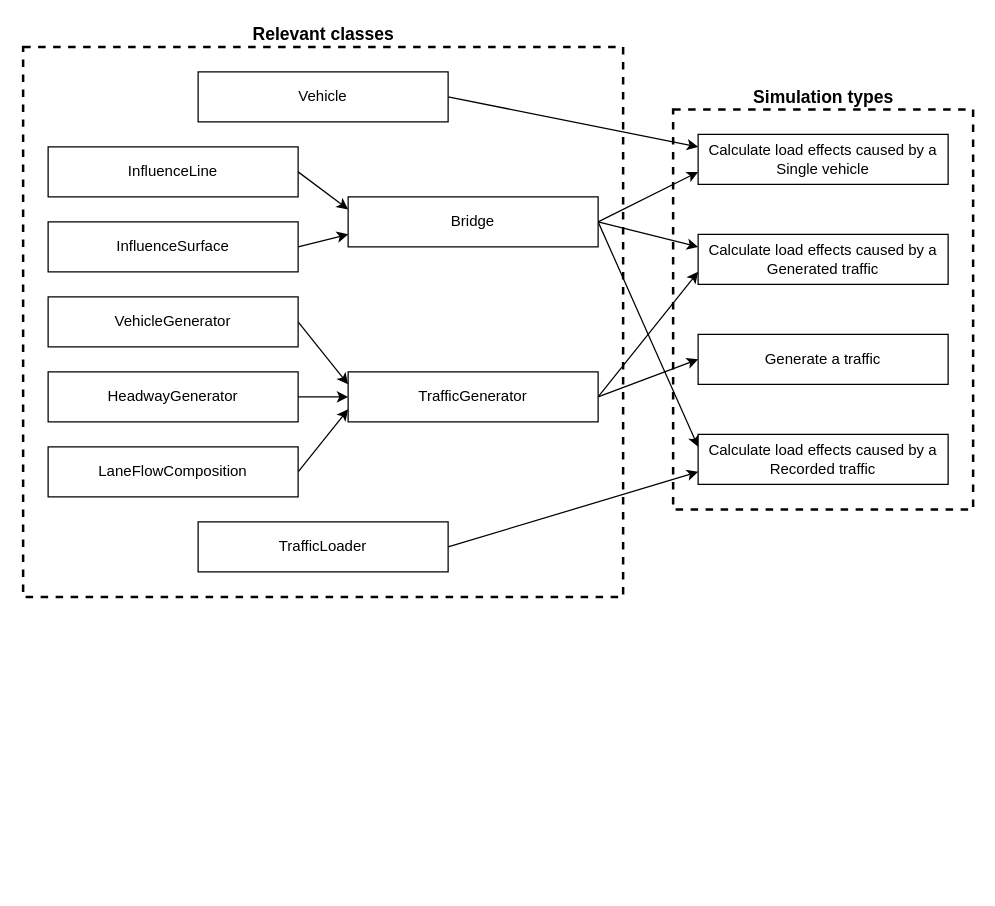
This is docs/source/images/Sim_recipe.drawio from ccaprani/btls, a draw.io file, before an edit. Source tidied: cells renumbered, new cells numbered last; positions are measured from the earlier drawing's top-left corner, leaving out a move shared by most shapes. Both pictures are drawn from the tidied source at 125%, with x=0, y=0 at pixel (22, 21).
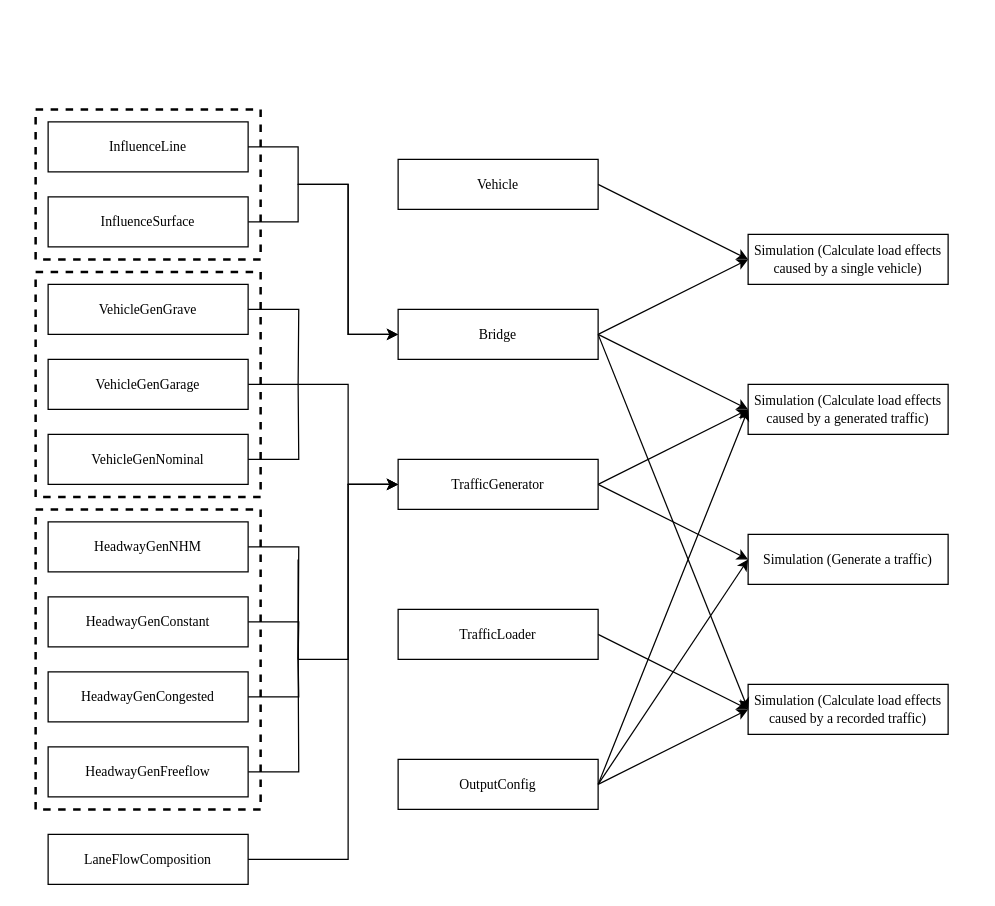
The same page after the edit.

Diff of the diagram source:
```diff
@@
-    <mxCell id="2" style="rounded=0;jettySize=auto;html=1;exitX=1;exitY=0.5;exitDx=0;exitDy=0;entryX=0;entryY=0.25;entryDx=0;entryDy=0;" parent="1" edge="1" source="3" target="7">
-      <mxGeometry relative="1" as="geometry" />
-    </mxCell>
-    <mxCell id="3" value="InfluenceLine" style="rounded=0;whiteSpace=wrap;html=1;" parent="1" vertex="1">
-      <mxGeometry x="20" y="100" width="200" height="40" as="geometry" />
+    <mxCell id="3" value="InfluenceLine" style="rounded=0;whiteSpace=wrap;html=1;fontFamily=Times New Roman;fontSize=11;" parent="1" vertex="1">
+      <mxGeometry x="20" y="80" width="160" height="40" as="geometry" />
     </mxCell>
-    <mxCell id="4" style="rounded=0;jettySize=auto;html=1;exitX=1;exitY=0.5;exitDx=0;exitDy=0;fontFamily=Times New Roman;entryX=0;entryY=0.75;entryDx=0;entryDy=0;" parent="1" edge="1" source="7" target="22">
-      <mxGeometry relative="1" as="geometry" />
-    </mxCell>
-    <mxCell id="5" style="rounded=0;jettySize=auto;html=1;exitX=1;exitY=0.5;exitDx=0;exitDy=0;entryX=0;entryY=0.25;entryDx=0;entryDy=0;fontFamily=Times New Roman;" parent="1" edge="1" source="7" target="20">
-      <mxGeometry relative="1" as="geometry" />
-    </mxCell>
-    <mxCell id="6" style="edgeStyle=none;rounded=0;jettySize=auto;html=1;exitX=1;exitY=0.5;exitDx=0;exitDy=0;entryX=0;entryY=0.25;entryDx=0;entryDy=0;fontFamily=Times New Roman;" parent="1" edge="1" source="7" target="19">
-      <mxGeometry relative="1" as="geometry" />
-    </mxCell>
+    <mxCell id="31" style="edgeStyle=orthogonalEdgeStyle;rounded=0;jettySize=auto;html=1;exitX=0;exitY=0.5;exitDx=0;exitDy=0;entryX=1;entryY=0.5;entryDx=0;entryDy=0;startArrow=classic;startFill=1;endArrow=none;endFill=0;fontFamily=Times New Roman;fontSize=11;" parent="1" edge="1" source="7" target="3">
+      <mxGeometry relative="1" as="geometry">
+        <Array as="points">
+          <mxPoint x="260" y="250" />
+          <mxPoint x="260" y="130" />
+          <mxPoint x="220" y="130" />
+          <mxPoint x="220" y="100" />
+        </Array>
+      </mxGeometry>
+    </mxCell>
+    <mxCell id="32" style="edgeStyle=orthogonalEdgeStyle;rounded=0;jettySize=auto;html=1;exitX=0;exitY=0.5;exitDx=0;exitDy=0;entryX=1;entryY=0.5;entryDx=0;entryDy=0;startArrow=classic;startFill=1;endArrow=none;endFill=0;fontFamily=Times New Roman;fontSize=11;" parent="1" edge="1" source="7" target="30">
+      <mxGeometry relative="1" as="geometry">
+        <Array as="points">
+          <mxPoint x="260" y="250" />
+          <mxPoint x="260" y="130" />
+          <mxPoint x="220" y="130" />
+          <mxPoint x="220" y="160" />
+        </Array>
+      </mxGeometry>
+    </mxCell>
-    <mxCell id="7" value="Bridge" style="rounded=0;whiteSpace=wrap;html=1;" parent="1" vertex="1">
-      <mxGeometry x="260" y="140" width="200" height="40" as="geometry" />
+    <mxCell id="7" value="Bridge" style="rounded=0;whiteSpace=wrap;html=1;fontFamily=Times New Roman;fontSize=11;" parent="1" vertex="1">
+      <mxGeometry x="300" y="230" width="160" height="40" as="geometry" />
     </mxCell>
-    <mxCell id="8" style="rounded=0;jettySize=auto;html=1;exitX=1;exitY=0.5;exitDx=0;exitDy=0;entryX=0;entryY=0.25;entryDx=0;entryDy=0;" parent="1" edge="1" source="9" target="14">
-      <mxGeometry relative="1" as="geometry" />
-    </mxCell>
+    <mxCell id="33" style="edgeStyle=orthogonalEdgeStyle;rounded=0;jettySize=auto;html=1;exitX=1;exitY=0.5;exitDx=0;exitDy=0;endArrow=none;endFill=0;fontFamily=Times New Roman;fontSize=11;" parent="1" edge="1" source="9">
+      <mxGeometry relative="1" as="geometry">
+        <mxPoint x="220" y="290" as="targetPoint" />
+      </mxGeometry>
+    </mxCell>
-    <mxCell id="9" value="VehicleGenerator" style="rounded=0;whiteSpace=wrap;html=1;" parent="1" vertex="1">
-      <mxGeometry x="20" y="220" width="200" height="40" as="geometry" />
+    <mxCell id="9" value="VehicleGenGrave" style="rounded=0;whiteSpace=wrap;html=1;fontFamily=Times New Roman;fontSize=11;" parent="1" vertex="1">
+      <mxGeometry x="20" y="210" width="160" height="40" as="geometry" />
     </mxCell>
-    <mxCell id="10" style="rounded=0;jettySize=auto;html=1;exitX=1;exitY=0.5;exitDx=0;exitDy=0;entryX=0;entryY=0.5;entryDx=0;entryDy=0;" parent="1" edge="1" source="11" target="14">
-      <mxGeometry relative="1" as="geometry" />
-    </mxCell>
+    <mxCell id="34" style="edgeStyle=orthogonalEdgeStyle;rounded=0;jettySize=auto;html=1;exitX=1;exitY=0.5;exitDx=0;exitDy=0;startArrow=none;startFill=0;endArrow=none;endFill=0;fontFamily=Times New Roman;fontSize=11;" parent="1" edge="1" source="11">
+      <mxGeometry relative="1" as="geometry">
+        <mxPoint x="220" y="510" as="targetPoint" />
+      </mxGeometry>
+    </mxCell>
-    <mxCell id="11" value="HeadwayGenerator" style="rounded=0;whiteSpace=wrap;html=1;" parent="1" vertex="1">
-      <mxGeometry x="20" y="280" width="200" height="40" as="geometry" />
+    <mxCell id="11" value="HeadwayGenNHM" style="rounded=0;whiteSpace=wrap;html=1;fontFamily=Times New Roman;fontSize=11;" parent="1" vertex="1">
+      <mxGeometry x="20" y="400" width="160" height="40" as="geometry" />
     </mxCell>
-    <mxCell id="12" style="edgeStyle=none;rounded=0;jettySize=auto;html=1;exitX=1;exitY=0.5;exitDx=0;exitDy=0;entryX=0;entryY=0.75;entryDx=0;entryDy=0;fontFamily=Times New Roman;" parent="1" edge="1" source="14" target="19">
-      <mxGeometry relative="1" as="geometry" />
-    </mxCell>
-    <mxCell id="13" style="edgeStyle=none;rounded=0;jettySize=auto;html=1;exitX=1;exitY=0.5;exitDx=0;exitDy=0;entryX=0;entryY=0.5;entryDx=0;entryDy=0;fontFamily=Times New Roman;" parent="1" edge="1" source="14" target="21">
-      <mxGeometry relative="1" as="geometry" />
-    </mxCell>
+    <mxCell id="35" style="edgeStyle=orthogonalEdgeStyle;rounded=0;jettySize=auto;html=1;exitX=0;exitY=0.5;exitDx=0;exitDy=0;entryX=1;entryY=0.5;entryDx=0;entryDy=0;startArrow=classic;startFill=1;endArrow=none;endFill=0;fontFamily=Times New Roman;fontSize=11;" parent="1" edge="1" source="14" target="24">
+      <mxGeometry relative="1" as="geometry">
+        <Array as="points">
+          <mxPoint x="260" y="370" />
+          <mxPoint x="260" y="670" />
+        </Array>
+      </mxGeometry>
+    </mxCell>
-    <mxCell id="14" value="TrafficGenerator" style="rounded=0;whiteSpace=wrap;html=1;" parent="1" vertex="1">
-      <mxGeometry x="260" y="280" width="200" height="40" as="geometry" />
+    <mxCell id="14" value="TrafficGenerator" style="rounded=0;whiteSpace=wrap;html=1;fontFamily=Times New Roman;fontSize=11;" parent="1" vertex="1">
+      <mxGeometry x="300" y="350" width="160" height="40" as="geometry" />
     </mxCell>
-    <mxCell id="15" style="rounded=0;jettySize=auto;html=1;exitX=1;exitY=0.5;exitDx=0;exitDy=0;entryX=0;entryY=0.25;entryDx=0;entryDy=0;fontFamily=Times New Roman;" parent="1" edge="1" source="16" target="22">
-      <mxGeometry relative="1" as="geometry" />
-    </mxCell>
-    <mxCell id="16" value="Vehicle" style="rounded=0;whiteSpace=wrap;html=1;" parent="1" vertex="1">
-      <mxGeometry x="140" y="40" width="200" height="40" as="geometry" />
+    <mxCell id="16" value="Vehicle" style="rounded=0;whiteSpace=wrap;html=1;fontFamily=Times New Roman;fontSize=11;" parent="1" vertex="1">
+      <mxGeometry x="300" y="110" width="160" height="40" as="geometry" />
     </mxCell>
-    <mxCell id="17" style="rounded=0;jettySize=auto;html=1;exitX=1;exitY=0.5;exitDx=0;exitDy=0;entryX=0;entryY=0.75;entryDx=0;entryDy=0;fontFamily=Times New Roman;" parent="1" edge="1" source="18" target="20">
-      <mxGeometry relative="1" as="geometry" />
-    </mxCell>
-    <mxCell id="18" value="TrafficLoader" style="rounded=0;whiteSpace=wrap;html=1;" parent="1" vertex="1">
-      <mxGeometry x="140" y="400" width="200" height="40" as="geometry" />
+    <mxCell id="18" value="TrafficLoader" style="rounded=0;whiteSpace=wrap;html=1;fontFamily=Times New Roman;fontSize=11;" parent="1" vertex="1">
+      <mxGeometry x="300" y="470" width="160" height="40" as="geometry" />
     </mxCell>
-    <mxCell id="19" value="Calculate load effects caused by a Generated traffic" style="rounded=0;whiteSpace=wrap;html=1;" parent="1" vertex="1">
-      <mxGeometry x="540" y="170" width="200" height="40" as="geometry" />
-    </mxCell>
-    <mxCell id="20" value="Calculate load effects caused by a Recorded traffic" style="rounded=0;whiteSpace=wrap;html=1;" parent="1" vertex="1">
-      <mxGeometry x="540" y="330" width="200" height="40" as="geometry" />
+    <mxCell id="20" value="Simulation (Calculate load effects caused by a recorded traffic)" style="rounded=0;whiteSpace=wrap;html=1;fontFamily=Times New Roman;fontSize=11;" parent="1" vertex="1">
+      <mxGeometry x="580" y="530" width="160" height="40" as="geometry" />
     </mxCell>
-    <mxCell id="21" value="Generate a traffic" style="rounded=0;whiteSpace=wrap;html=1;" parent="1" vertex="1">
-      <mxGeometry x="540" y="250" width="200" height="40" as="geometry" />
+    <mxCell id="21" value="Simulation (Generate a traffic)" style="rounded=0;whiteSpace=wrap;html=1;fontFamily=Times New Roman;fontSize=11;" parent="1" vertex="1">
+      <mxGeometry x="580" y="410" width="160" height="40" as="geometry" />
     </mxCell>
-    <mxCell id="22" value="Calculate load effects caused by a Single vehicle" style="rounded=0;whiteSpace=wrap;html=1;" parent="1" vertex="1">
-      <mxGeometry x="540" y="90" width="200" height="40" as="geometry" />
-    </mxCell>
-    <mxCell id="23" style="edgeStyle=none;rounded=0;jettySize=auto;html=1;exitX=1;exitY=0.5;exitDx=0;exitDy=0;entryX=0;entryY=0.75;entryDx=0;entryDy=0;fontFamily=Times New Roman;" parent="1" edge="1" source="24" target="14">
-      <mxGeometry relative="1" as="geometry" />
-    </mxCell>
-    <mxCell id="24" value="LaneFlowComposition" style="rounded=0;whiteSpace=wrap;html=1;" parent="1" vertex="1">
-      <mxGeometry x="20" y="340" width="200" height="40" as="geometry" />
+    <mxCell id="24" value="LaneFlowComposition" style="rounded=0;whiteSpace=wrap;html=1;fontFamily=Times New Roman;fontSize=11;" parent="1" vertex="1">
+      <mxGeometry x="20" y="650" width="160" height="40" as="geometry" />
     </mxCell>
-    <mxCell id="25" style="rounded=0;whiteSpace=wrap;html=1;fontFamily=Times New Roman;dashed=1;fillColor=none;strokeWidth=2;" parent="1" vertex="1">
-      <mxGeometry y="20" width="480" height="440" as="geometry" />
+    <mxCell id="25" style="rounded=0;whiteSpace=wrap;html=1;fontFamily=Times New Roman;dashed=1;fillColor=none;strokeWidth=2;fontSize=11;" parent="1" vertex="1">
+      <mxGeometry x="10" y="200" width="180" height="180" as="geometry" />
     </mxCell>
-    <mxCell id="26" style="rounded=0;whiteSpace=wrap;html=1;fontFamily=Times New Roman;dashed=1;fillColor=none;strokeWidth=2;" parent="1" vertex="1">
-      <mxGeometry x="520" y="70" width="240" height="320" as="geometry" />
-    </mxCell>
-    <mxCell id="27" value="Simulation types" style="text;html=1;align=center;verticalAlign=middle;strokeColor=none;fillColor=none;fontFamily=Helvetica;fontSize=14;fontStyle=1;" parent="1" vertex="1">
-      <mxGeometry x="575" y="50" width="130" height="20" as="geometry" />
-    </mxCell>
-    <mxCell id="28" value="Relevant classes" style="text;html=1;align=center;verticalAlign=middle;strokeColor=none;fillColor=none;fontFamily=Helvetica;fontSize=14;fontStyle=1;" parent="1" vertex="1">
-      <mxGeometry x="175" width="130" height="20" as="geometry" />
-    </mxCell>
-    <mxCell id="29" style="edgeStyle=none;html=1;exitX=1;exitY=0.5;exitDx=0;exitDy=0;entryX=0;entryY=0.75;entryDx=0;entryDy=0;" parent="1" edge="1" source="30" target="7">
-      <mxGeometry relative="1" as="geometry" />
-    </mxCell>
-    <mxCell id="30" value="InfluenceSurface" style="rounded=0;whiteSpace=wrap;html=1;" parent="1" vertex="1">
-      <mxGeometry x="20" y="160" width="200" height="40" as="geometry" />
+    <mxCell id="30" value="InfluenceSurface" style="rounded=0;whiteSpace=wrap;html=1;fontFamily=Times New Roman;fontSize=11;" parent="1" vertex="1">
+      <mxGeometry x="20" y="140" width="160" height="40" as="geometry" />
     </mxCell>
+    <mxCell id="36" value="Simulation (Calculate load effects caused by a single vehicle)" style="rounded=0;whiteSpace=wrap;html=1;fontFamily=Times New Roman;fontSize=11;" parent="1" vertex="1">
+      <mxGeometry x="580" y="170" width="160" height="40" as="geometry" />
+    </mxCell>
+    <mxCell id="37" value="OutputConfig" style="rounded=0;whiteSpace=wrap;html=1;fontFamily=Times New Roman;fontSize=11;" parent="1" vertex="1">
+      <mxGeometry x="300" y="590" width="160" height="40" as="geometry" />
+    </mxCell>
+    <mxCell id="38" style="edgeStyle=orthogonalEdgeStyle;rounded=0;jettySize=auto;html=1;exitX=1;exitY=0.5;exitDx=0;exitDy=0;startArrow=none;startFill=0;endArrow=none;endFill=0;fontFamily=Times New Roman;fontSize=11;" parent="1" edge="1" source="39">
+      <mxGeometry relative="1" as="geometry">
+        <mxPoint x="220" y="290" as="targetPoint" />
+      </mxGeometry>
+    </mxCell>
+    <mxCell id="39" value="VehicleGenGarage" style="rounded=0;whiteSpace=wrap;html=1;fontFamily=Times New Roman;fontSize=11;" parent="1" vertex="1">
+      <mxGeometry x="20" y="270" width="160" height="40" as="geometry" />
+    </mxCell>
+    <mxCell id="40" style="edgeStyle=orthogonalEdgeStyle;rounded=0;jettySize=auto;html=1;exitX=1;exitY=0.5;exitDx=0;exitDy=0;startArrow=none;startFill=0;endArrow=none;endFill=0;fontFamily=Times New Roman;fontSize=11;" parent="1" edge="1" source="41">
+      <mxGeometry relative="1" as="geometry">
+        <mxPoint x="220" y="290" as="targetPoint" />
+      </mxGeometry>
+    </mxCell>
+    <mxCell id="41" value="VehicleGenNominal" style="rounded=0;whiteSpace=wrap;html=1;fontFamily=Times New Roman;fontSize=11;" parent="1" vertex="1">
+      <mxGeometry x="20" y="330" width="160" height="40" as="geometry" />
+    </mxCell>
+    <mxCell id="42" style="edgeStyle=orthogonalEdgeStyle;rounded=0;jettySize=auto;html=1;exitX=1;exitY=0.5;exitDx=0;exitDy=0;startArrow=none;startFill=0;endArrow=none;endFill=0;fontFamily=Times New Roman;fontSize=11;" parent="1" edge="1" source="43">
+      <mxGeometry relative="1" as="geometry">
+        <mxPoint x="220" y="510" as="targetPoint" />
+      </mxGeometry>
+    </mxCell>
+    <mxCell id="43" value="HeadwayGenConstant" style="rounded=0;whiteSpace=wrap;html=1;fontFamily=Times New Roman;fontSize=11;" parent="1" vertex="1">
+      <mxGeometry x="20" y="460" width="160" height="40" as="geometry" />
+    </mxCell>
+    <mxCell id="44" style="edgeStyle=orthogonalEdgeStyle;rounded=0;jettySize=auto;html=1;exitX=1;exitY=0.5;exitDx=0;exitDy=0;startArrow=none;startFill=0;endArrow=none;endFill=0;fontFamily=Times New Roman;fontSize=11;" parent="1" edge="1" source="45">
+      <mxGeometry relative="1" as="geometry">
+        <mxPoint x="220" y="510" as="targetPoint" />
+      </mxGeometry>
+    </mxCell>
+    <mxCell id="45" value="HeadwayGenCongested" style="rounded=0;whiteSpace=wrap;html=1;fontFamily=Times New Roman;fontSize=11;" parent="1" vertex="1">
+      <mxGeometry x="20" y="520" width="160" height="40" as="geometry" />
+    </mxCell>
+    <mxCell id="46" style="edgeStyle=orthogonalEdgeStyle;rounded=0;jettySize=auto;html=1;exitX=1;exitY=0.5;exitDx=0;exitDy=0;startArrow=none;startFill=0;endArrow=none;endFill=0;fontFamily=Times New Roman;fontSize=11;" parent="1" edge="1" source="47">
+      <mxGeometry relative="1" as="geometry">
+        <mxPoint x="220" y="510" as="targetPoint" />
+      </mxGeometry>
+    </mxCell>
+    <mxCell id="47" value="HeadwayGenFreeflow" style="rounded=0;whiteSpace=wrap;html=1;fontFamily=Times New Roman;fontSize=11;" parent="1" vertex="1">
+      <mxGeometry x="20" y="580" width="160" height="40" as="geometry" />
+    </mxCell>
+    <mxCell id="48" style="rounded=0;orthogonalLoop=1;jettySize=auto;html=1;startArrow=classic;startFill=1;endArrow=none;endFill=0;edgeStyle=orthogonalEdgeStyle;fontFamily=Times New Roman;fontSize=11;" parent="1" edge="1">
+      <mxGeometry relative="1" as="geometry">
+        <mxPoint x="300" y="370" as="sourcePoint" />
+        <mxPoint x="220" y="430" as="targetPoint" />
+        <Array as="points">
+          <mxPoint x="260" y="370" />
+          <mxPoint x="260" y="510" />
+          <mxPoint x="220" y="510" />
+        </Array>
+      </mxGeometry>
+    </mxCell>
+    <mxCell id="49" style="edgeStyle=orthogonalEdgeStyle;rounded=0;jettySize=auto;html=1;exitX=0;exitY=0.5;exitDx=0;exitDy=0;startArrow=classic;startFill=1;endArrow=none;endFill=0;fontFamily=Times New Roman;fontSize=11;" parent="1" edge="1" source="14">
+      <mxGeometry relative="1" as="geometry">
+        <mxPoint x="220" y="290" as="targetPoint" />
+        <Array as="points">
+          <mxPoint x="260" y="370" />
+          <mxPoint x="260" y="290" />
+        </Array>
+      </mxGeometry>
+    </mxCell>
+    <mxCell id="50" value="Simulation (Calculate load effects caused by a generated traffic)" style="rounded=0;whiteSpace=wrap;html=1;fontFamily=Times New Roman;fontSize=11;" parent="1" vertex="1">
+      <mxGeometry x="580" y="290" width="160" height="40" as="geometry" />
+    </mxCell>
+    <mxCell id="51" style="rounded=0;jettySize=auto;html=1;exitX=1;exitY=0.5;exitDx=0;exitDy=0;entryX=0;entryY=0.5;entryDx=0;entryDy=0;startArrow=none;startFill=0;endArrow=classic;endFill=1;fontFamily=Times New Roman;fontSize=11;" parent="1" edge="1" source="7" target="36">
+      <mxGeometry relative="1" as="geometry" />
+    </mxCell>
+    <mxCell id="5" style="edgeStyle=none;rounded=0;jettySize=auto;html=1;exitX=1;exitY=0.5;exitDx=0;exitDy=0;entryX=0;entryY=0.5;entryDx=0;entryDy=0;startArrow=none;startFill=0;endArrow=classic;endFill=1;fontFamily=Times New Roman;fontSize=11;" parent="1" edge="1" source="7" target="20">
+      <mxGeometry relative="1" as="geometry" />
+    </mxCell>
+    <mxCell id="52" style="edgeStyle=none;rounded=0;jettySize=auto;html=1;exitX=1;exitY=0.5;exitDx=0;exitDy=0;entryX=0;entryY=0.5;entryDx=0;entryDy=0;startArrow=none;startFill=0;endArrow=classic;endFill=1;fontFamily=Times New Roman;fontSize=11;" parent="1" edge="1" source="7" target="50">
+      <mxGeometry relative="1" as="geometry" />
+    </mxCell>
+    <mxCell id="13" style="edgeStyle=none;rounded=0;jettySize=auto;html=1;exitX=1;exitY=0.5;exitDx=0;exitDy=0;entryX=0;entryY=0.5;entryDx=0;entryDy=0;startArrow=none;startFill=0;endArrow=classic;endFill=1;fontFamily=Times New Roman;fontSize=11;" parent="1" edge="1" source="14" target="21">
+      <mxGeometry relative="1" as="geometry" />
+    </mxCell>
+    <mxCell id="53" style="edgeStyle=none;rounded=0;jettySize=auto;html=1;exitX=1;exitY=0.5;exitDx=0;exitDy=0;entryX=0;entryY=0.5;entryDx=0;entryDy=0;startArrow=none;startFill=0;endArrow=classic;endFill=1;fontFamily=Times New Roman;fontSize=11;" parent="1" edge="1" source="14" target="50">
+      <mxGeometry relative="1" as="geometry" />
+    </mxCell>
+    <mxCell id="54" style="rounded=0;jettySize=auto;html=1;exitX=1;exitY=0.5;exitDx=0;exitDy=0;startArrow=none;startFill=0;endArrow=classic;endFill=1;entryX=0;entryY=0.5;entryDx=0;entryDy=0;fontFamily=Times New Roman;fontSize=11;" parent="1" edge="1" source="16" target="36">
+      <mxGeometry relative="1" as="geometry" />
+    </mxCell>
+    <mxCell id="17" style="edgeStyle=none;rounded=0;jettySize=auto;html=1;exitX=1;exitY=0.5;exitDx=0;exitDy=0;entryX=0;entryY=0.5;entryDx=0;entryDy=0;startArrow=none;startFill=0;endArrow=classic;endFill=1;fontFamily=Times New Roman;fontSize=11;" parent="1" edge="1" source="18" target="20">
+      <mxGeometry relative="1" as="geometry" />
+    </mxCell>
+    <mxCell id="55" style="edgeStyle=none;rounded=0;jettySize=auto;html=1;exitX=1;exitY=0.5;exitDx=0;exitDy=0;entryX=0;entryY=0.5;entryDx=0;entryDy=0;startArrow=none;startFill=0;endArrow=classic;endFill=1;fontFamily=Times New Roman;fontSize=11;" parent="1" edge="1" source="37" target="50">
+      <mxGeometry relative="1" as="geometry" />
+    </mxCell>
+    <mxCell id="56" style="edgeStyle=none;rounded=0;jettySize=auto;html=1;exitX=1;exitY=0.5;exitDx=0;exitDy=0;entryX=0;entryY=0.5;entryDx=0;entryDy=0;startArrow=none;startFill=0;endArrow=classic;endFill=1;fontFamily=Times New Roman;fontSize=11;" parent="1" edge="1" source="37" target="21">
+      <mxGeometry relative="1" as="geometry" />
+    </mxCell>
+    <mxCell id="57" style="edgeStyle=none;rounded=0;jettySize=auto;html=1;exitX=1;exitY=0.5;exitDx=0;exitDy=0;entryX=0;entryY=0.5;entryDx=0;entryDy=0;startArrow=none;startFill=0;endArrow=classic;endFill=1;fontFamily=Times New Roman;fontSize=11;" parent="1" edge="1" source="37" target="20">
+      <mxGeometry relative="1" as="geometry" />
+    </mxCell>
+    <mxCell id="58" style="rounded=0;whiteSpace=wrap;html=1;fontFamily=Times New Roman;dashed=1;fillColor=none;strokeWidth=2;fontSize=11;" parent="1" vertex="1">
+      <mxGeometry x="10" y="390" width="180" height="240" as="geometry" />
+    </mxCell>
+    <mxCell id="59" style="rounded=0;whiteSpace=wrap;html=1;fontFamily=Times New Roman;dashed=1;fillColor=none;strokeWidth=2;fontSize=11;" parent="1" vertex="1">
+      <mxGeometry x="10" y="70" width="180" height="120" as="geometry" />
+    </mxCell>
```
